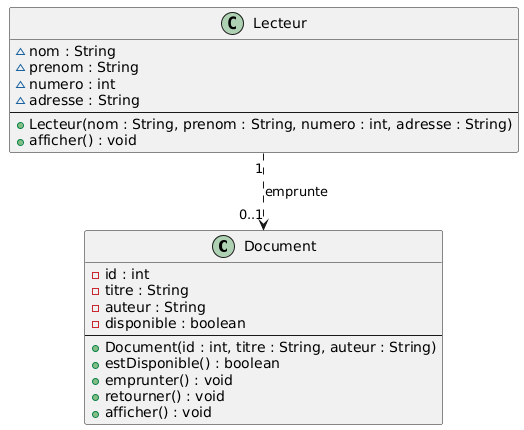
Above: classes.png in carlosbaz100-wq/PROJET_JAVA (PlantUML), before the change. The source it was exported from:
```plantuml
@startuml
class Document {
  - id : int
  - titre : String
  - auteur : String
  - disponible : boolean
  --
  + Document(id : int, titre : String, auteur : String)
  + estDisponible() : boolean
  + emprunter() : void
  + retourner() : void
  + afficher() : void
}

class Lecteur {
  ~ nom : String
  ~ prenom : String
  ~ numero : int
  ~ adresse : String
  --
  + Lecteur(nom : String, prenom : String, numero : int, adresse : String)
  + afficher() : void
}

Lecteur "1" ..> "0..1" Document : emprunte
@enduml
```
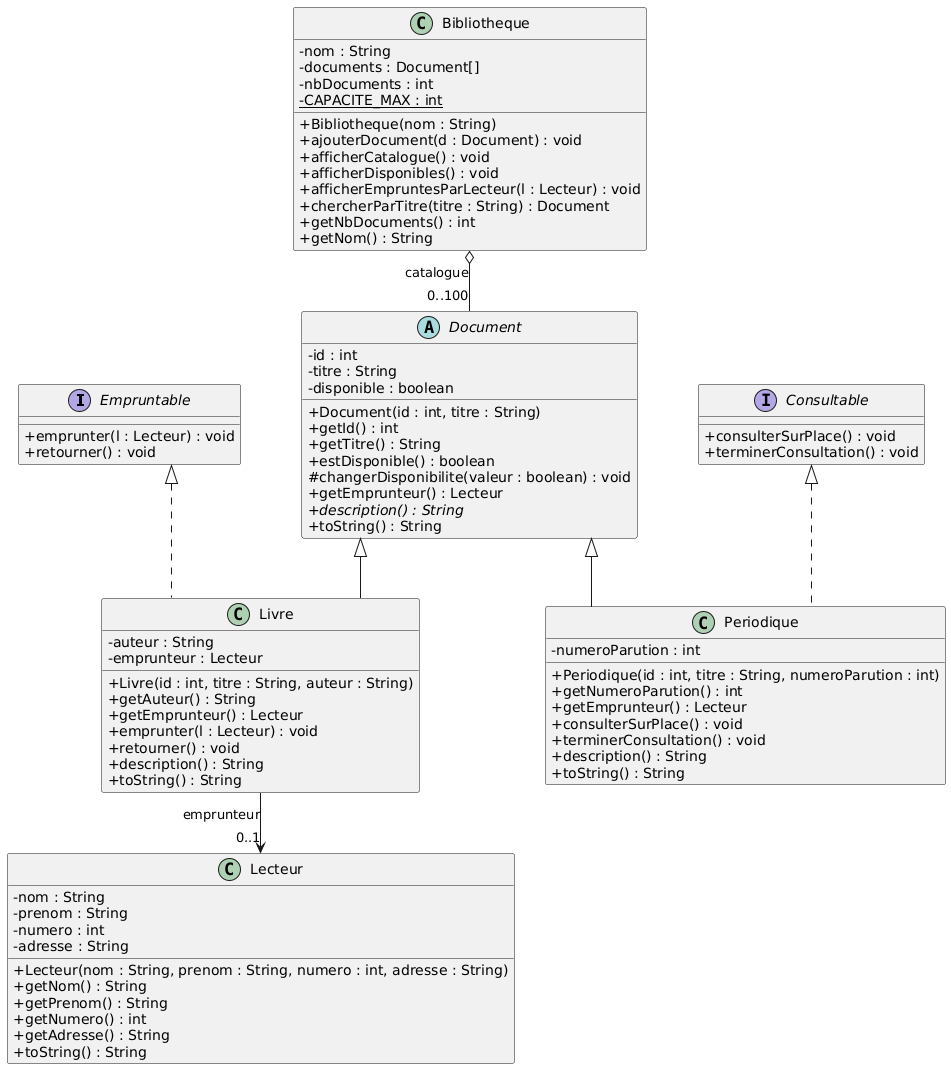
After the commit.

Commit message:
ajout du diagramme de classe complet

Change to the diagram source:
```diff
@@ -1,26 +1,91 @@
 @startuml
-class Document {
-  - id : int
-  - titre : String
-  - auteur : String
-  - disponible : boolean
-  --
-  + Document(id : int, titre : String, auteur : String)
-  + estDisponible() : boolean
-  + emprunter() : void
-  + retourner() : void
-  + afficher() : void
+skinparam classAttributeIconSize 0
+skinparam linetype ortho
+skinparam nodesep 60
+skinparam ranksep 60
+skinparam packageStyle rectangle
+
+interface Empruntable {
+    + emprunter(l : Lecteur) : void
+    + retourner() : void
+}
+
+interface Consultable {
+    + consulterSurPlace() : void
+    + terminerConsultation() : void
+}
+
+abstract class Document {
+    - id : int
+    - titre : String
+    - disponible : boolean
+    + Document(id : int, titre : String)
+    + getId() : int
+    + getTitre() : String
+    + estDisponible() : boolean
+    # changerDisponibilite(valeur : boolean) : void
+    + getEmprunteur() : Lecteur
+    + {abstract} description() : String
+    + toString() : String
+}
+
+class Livre {
+    - auteur : String
+    - emprunteur : Lecteur
+    + Livre(id : int, titre : String, auteur : String)
+    + getAuteur() : String
+    + getEmprunteur() : Lecteur
+    + emprunter(l : Lecteur) : void
+    + retourner() : void
+    + description() : String
+    + toString() : String
+}
+
+class Periodique {
+    - numeroParution : int
+    + Periodique(id : int, titre : String, numeroParution : int)
+    + getNumeroParution() : int
+    + getEmprunteur() : Lecteur
+    + consulterSurPlace() : void
+    + terminerConsultation() : void
+    + description() : String
+    + toString() : String
 }
 
 class Lecteur {
-  ~ nom : String
-  ~ prenom : String
-  ~ numero : int
-  ~ adresse : String
-  --
-  + Lecteur(nom : String, prenom : String, numero : int, adresse : String)
-  + afficher() : void
+    - nom : String
+    - prenom : String
+    - numero : int
+    - adresse : String
+    + Lecteur(nom : String, prenom : String, numero : int, adresse : String)
+    + getNom() : String
+    + getPrenom() : String
+    + getNumero() : int
+    + getAdresse() : String
+    + toString() : String
 }
 
-Lecteur "1" ..> "0..1" Document : emprunte
+class Bibliotheque {
+    - nom : String
+    - documents : Document[]
+    - nbDocuments : int
+    - {static} CAPACITE_MAX : int
+    + Bibliotheque(nom : String)
+    + ajouterDocument(d : Document) : void
+    + afficherCatalogue() : void
+    + afficherDisponibles() : void
+    + afficherEmpruntesParLecteur(l : Lecteur) : void
+    + chercherParTitre(titre : String) : Document
+    + getNbDocuments() : int
+    + getNom() : String
+}
+
+Document <|-- Livre
+Document <|-- Periodique
+
+Empruntable <|.. Livre
+Consultable <|.. Periodique
+
+Livre --> "0..1" Lecteur : emprunteur
+Bibliotheque o-- "0..100" Document : catalogue
 @enduml
```
